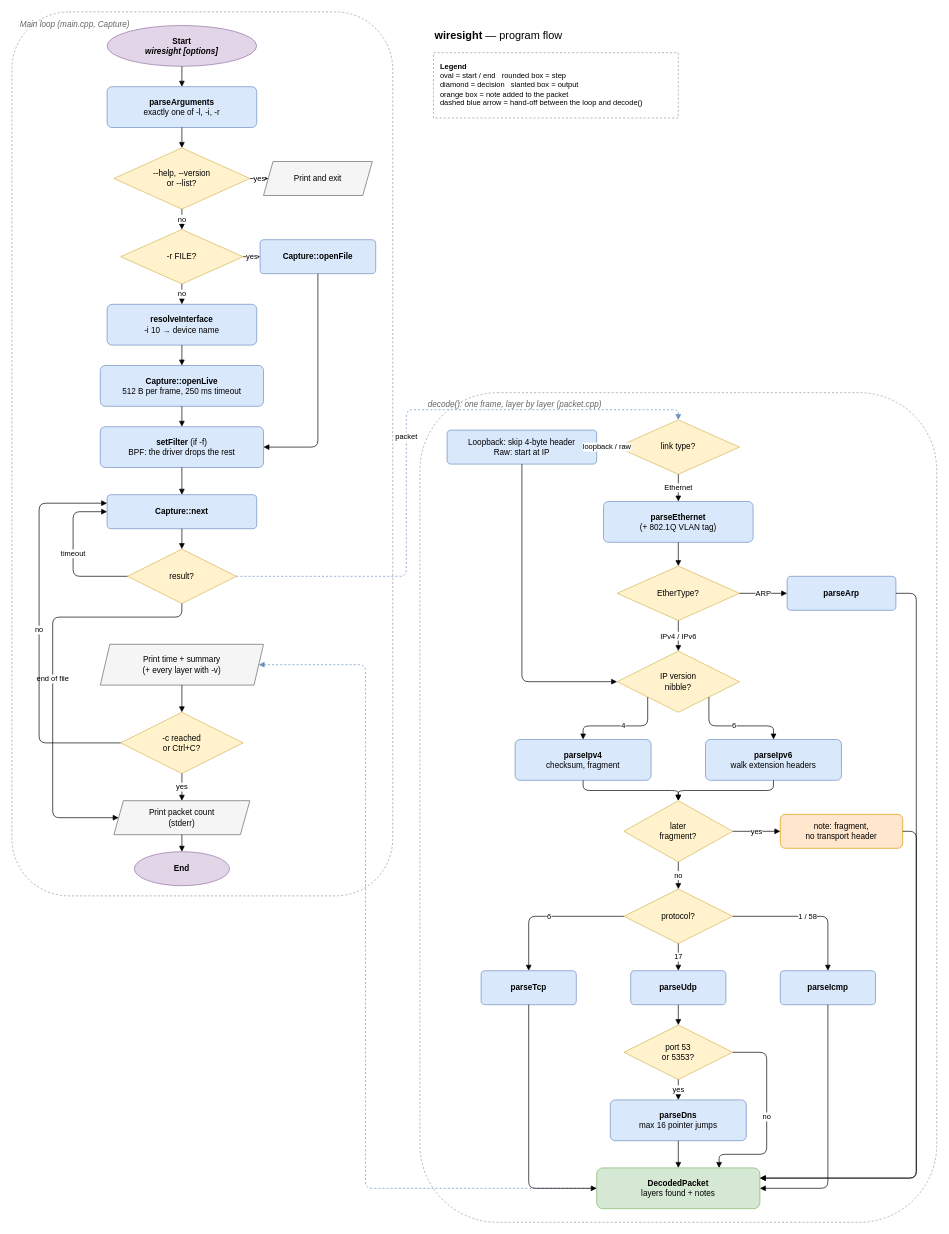
The draw.io diagram docs/wiresight-flow.drawio in AoceanP/wiresight, before the edit. Source tidied: cells renumbered, new cells numbered last; positions are measured from the earlier drawing's top-left corner, leaving out a move shared by most shapes. Both pictures are drawn from the tidied source at 68%, with x=0, y=0 at pixel (12, 12).
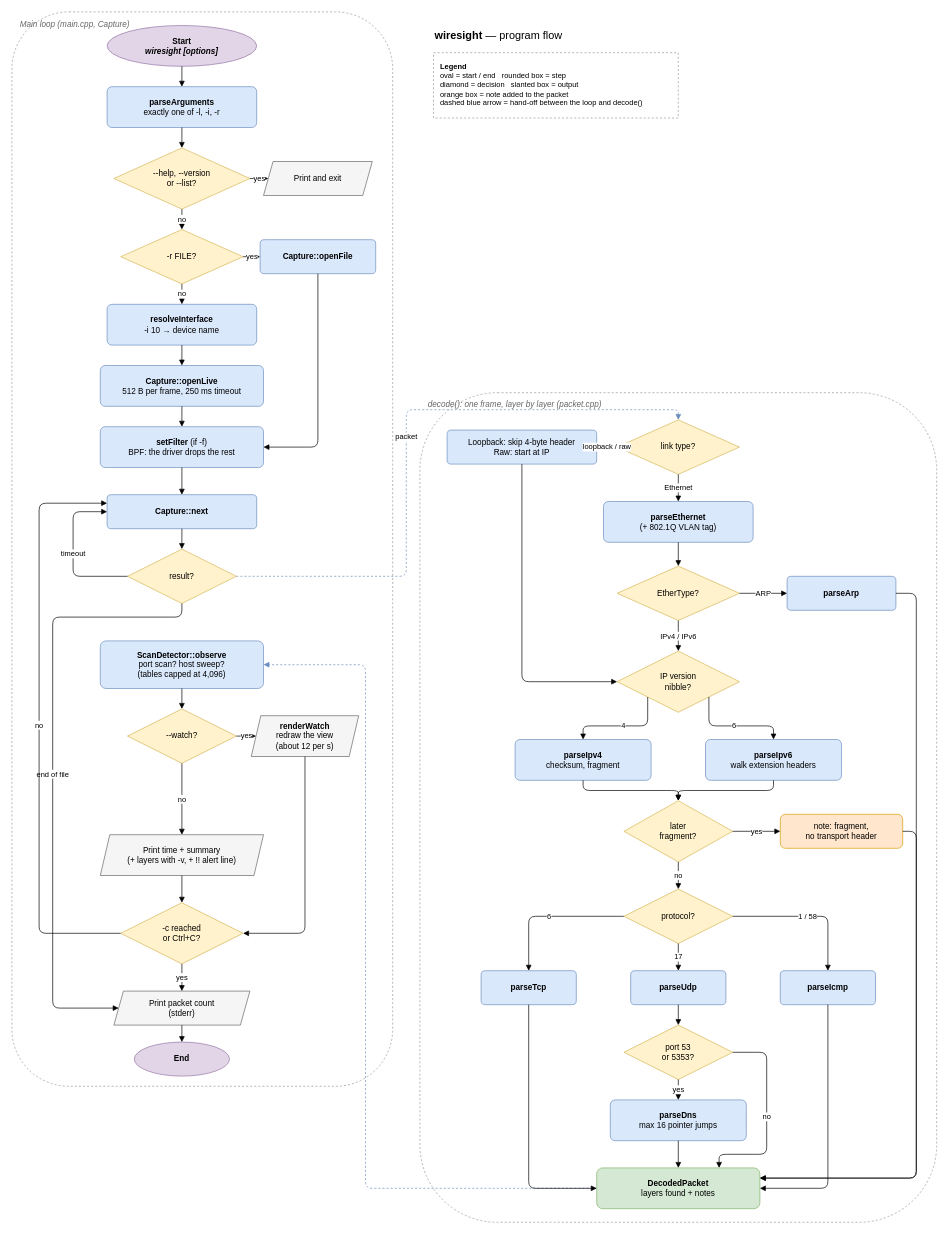
After the change.

Commit message (it also covers changes not shown here):
Detect host sweeps and cap the detector's memory under a SYN flood

Unchanged cells that the change refers to:
```xml
<mxCell id="15" value="&lt;b&gt;Capture::next&lt;/b&gt;" style="rounded=1;whiteSpace=wrap;html=1;fillColor=#dae8fc;strokeColor=#6c8ebf;arcSize=12;" parent="1" vertex="1">
  <mxGeometry x="140" y="710" width="220" height="50" as="geometry" />
</mxCell>
<mxCell id="16" value="result?" style="rhombus;whiteSpace=wrap;html=1;fillColor=#fff2cc;strokeColor=#d6b656;" parent="1" vertex="1">
  <mxGeometry x="170" y="790" width="160" height="80" as="geometry" />
</mxCell>
<mxCell id="37" value="&lt;b&gt;DecodedPacket&lt;/b&gt;&lt;br&gt;layers found + notes" style="rounded=1;whiteSpace=wrap;html=1;fillColor=#d5e8d4;strokeColor=#82b366;" parent="1" vertex="1">
  <mxGeometry x="860" y="1700" width="240" height="60" as="geometry" />
</mxCell>
```

What changed in the source:
```diff
@@
     <mxCell id="2" value="Main loop (main.cpp, Capture)" style="rounded=1;whiteSpace=wrap;html=1;dashed=1;fillColor=none;strokeColor=#999999;verticalAlign=top;align=left;spacingLeft=10;spacingTop=4;fontStyle=2;fontColor=#666666;" parent="1" vertex="1">
-      <mxGeometry width="560" height="1300" as="geometry" />
+      <mxGeometry width="560" height="1580" as="geometry" />
     </mxCell>
@@
-    <mxCell id="17" value="Print time + summary&lt;br&gt;(+ every layer with -v)" style="shape=parallelogram;perimeter=parallelogramPerimeter;whiteSpace=wrap;html=1;fixedSize=1;size=14;fillColor=#f5f5f5;strokeColor=#666666;" parent="1" vertex="1">
-      <mxGeometry x="130" y="930" width="240" height="60" as="geometry" />
+    <mxCell id="17" value="Print time + summary&lt;br&gt;(+ layers with -v, + !! alert line)" style="shape=parallelogram;perimeter=parallelogramPerimeter;whiteSpace=wrap;html=1;fixedSize=1;size=14;fillColor=#f5f5f5;strokeColor=#666666;" parent="1" vertex="1">
+      <mxGeometry x="130" y="1210" width="240" height="60" as="geometry" />
     </mxCell>
     <mxCell id="18" value="-c reached&lt;br&gt;or Ctrl+C?" style="rhombus;whiteSpace=wrap;html=1;fillColor=#fff2cc;strokeColor=#d6b656;" parent="1" vertex="1">
-      <mxGeometry x="160" y="1030" width="180" height="90" as="geometry" />
+      <mxGeometry x="160" y="1310" width="180" height="90" as="geometry" />
     </mxCell>
     <mxCell id="19" value="Print packet count&lt;br&gt;(stderr)" style="shape=parallelogram;perimeter=parallelogramPerimeter;whiteSpace=wrap;html=1;fixedSize=1;size=14;fillColor=#f5f5f5;strokeColor=#666666;" parent="1" vertex="1">
-      <mxGeometry x="150" y="1160" width="200" height="50" as="geometry" />
+      <mxGeometry x="150" y="1440" width="200" height="50" as="geometry" />
     </mxCell>
     <mxCell id="20" value="End" style="ellipse;whiteSpace=wrap;html=1;fillColor=#e1d5e7;strokeColor=#9673a6;fontStyle=1;" parent="1" vertex="1">
-      <mxGeometry x="180" y="1235" width="140" height="50" as="geometry" />
+      <mxGeometry x="180" y="1515" width="140" height="50" as="geometry" />
     </mxCell>
@@
     <mxCell id="51" value="end of file" style="edgeStyle=orthogonalEdgeStyle;rounded=1;html=1;endArrow=block;endFill=1;fontSize=11;labelBackgroundColor=#ffffff;exitX=0.5;exitY=1;entryX=0;entryY=0.5;" parent="1" edge="1" source="16" target="19">
       <mxGeometry relative="1" as="geometry">
         <Array as="points">
           <mxPoint x="250" y="890" />
           <mxPoint x="60" y="890" />
-          <mxPoint x="60" y="1185" />
+          <mxPoint x="60" y="1465" />
         </Array>
       </mxGeometry>
     </mxCell>
-    <mxCell id="52" style="edgeStyle=orthogonalEdgeStyle;rounded=1;html=1;endArrow=block;endFill=1;fontSize=11;labelBackgroundColor=#ffffff;dashed=1;strokeColor=#6c8ebf;exitX=0;exitY=0.5;entryX=1;entryY=0.5;" parent="1" edge="1" source="37" target="17">
+    <mxCell id="52" style="edgeStyle=orthogonalEdgeStyle;rounded=1;html=1;endArrow=block;endFill=1;fontSize=11;labelBackgroundColor=#ffffff;dashed=1;strokeColor=#6c8ebf;exitX=0;exitY=0.5;entryX=1;entryY=0.5;" parent="1" edge="1" source="37" target="80">
       <mxGeometry relative="1" as="geometry">
         <Array as="points">
           <mxPoint x="520" y="1730" />
           <mxPoint x="520" y="960" />
         </Array>
       </mxGeometry>
     </mxCell>
@@
+    <mxCell id="80" value="&lt;b&gt;ScanDetector::observe&lt;/b&gt;&lt;br&gt;port scan? host sweep?&lt;br&gt;(tables capped at 4,096)" style="rounded=1;whiteSpace=wrap;html=1;fillColor=#dae8fc;strokeColor=#6c8ebf;arcSize=12;" parent="1" vertex="1">
+      <mxGeometry x="130" y="925" width="240" height="70" as="geometry" />
+    </mxCell>
+    <mxCell id="81" value="--watch?" style="rhombus;whiteSpace=wrap;html=1;fillColor=#fff2cc;strokeColor=#d6b656;" parent="1" vertex="1">
+      <mxGeometry x="170" y="1025" width="160" height="80" as="geometry" />
+    </mxCell>
+    <mxCell id="82" value="&lt;b&gt;renderWatch&lt;/b&gt;&lt;br&gt;redraw the view&lt;br&gt;(about 12 per s)" style="shape=parallelogram;perimeter=parallelogramPerimeter;whiteSpace=wrap;html=1;fixedSize=1;size=14;fillColor=#f5f5f5;strokeColor=#666666;" parent="1" vertex="1">
+      <mxGeometry x="352" y="1035" width="158" height="60" as="geometry" />
+    </mxCell>
+    <mxCell id="83" style="edgeStyle=orthogonalEdgeStyle;rounded=1;html=1;endArrow=block;endFill=1;fontSize=11;labelBackgroundColor=#ffffff;" parent="1" edge="1" source="80" target="81">
+      <mxGeometry relative="1" as="geometry" />
+    </mxCell>
+    <mxCell id="84" value="yes" style="edgeStyle=orthogonalEdgeStyle;rounded=1;html=1;endArrow=block;endFill=1;fontSize=11;labelBackgroundColor=#ffffff;" parent="1" edge="1" source="81" target="82">
+      <mxGeometry relative="1" as="geometry" />
+    </mxCell>
+    <mxCell id="85" value="no" style="edgeStyle=orthogonalEdgeStyle;rounded=1;html=1;endArrow=block;endFill=1;fontSize=11;labelBackgroundColor=#ffffff;" parent="1" edge="1" source="81" target="17">
+      <mxGeometry relative="1" as="geometry" />
+    </mxCell>
+    <mxCell id="86" style="edgeStyle=orthogonalEdgeStyle;rounded=1;html=1;endArrow=block;endFill=1;fontSize=11;labelBackgroundColor=#ffffff;" parent="1" edge="1" source="82" target="18">
+      <mxGeometry relative="1" as="geometry">
+        <Array as="points">
+          <mxPoint x="431" y="1355" />
+        </Array>
+      </mxGeometry>
+    </mxCell>
     <mxCell id="54" value="no" style="edgeStyle=orthogonalEdgeStyle;rounded=1;html=1;endArrow=block;endFill=1;fontSize=11;labelBackgroundColor=#ffffff;exitX=0;exitY=0.5;entryX=0;entryY=0.25;" parent="1" edge="1" source="18" target="15">
       <mxGeometry relative="1" as="geometry">
         <Array as="points">
-          <mxPoint x="40" y="1075" />
+          <mxPoint x="40" y="1355" />
           <mxPoint x="40" y="722" />
         </Array>
       </mxGeometry>
     </mxCell>
```
